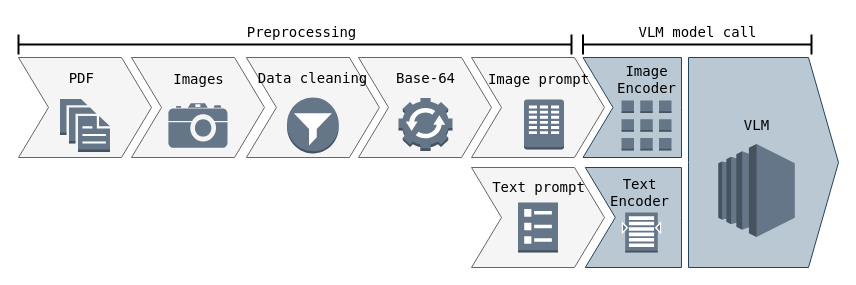
Before: VLMs.drawio in lamalab-org/matextract-book, a draw.io diagram. Source tidied: cells renumbered, new cells numbered last; positions are measured from the earlier drawing's top-left corner, leaving out a move shared by most shapes. Both pictures are drawn from the tidied source at 100%, with x=0, y=0 at pixel (18, 17).
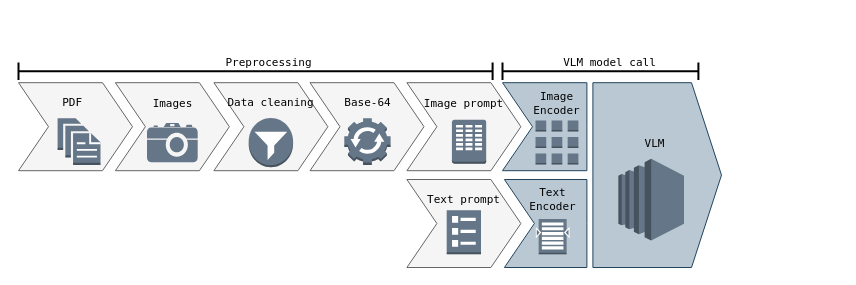
The same diagram, later.

Commit message:
VLM figures first draft

The edit, as a diff of the source:
```diff
@@
+    <mxCell id="33" style="group;fontSize=11;" parent="1" vertex="1">
+      <mxGeometry y="30" width="703" height="220" as="geometry" />
+    </mxCell>
-    <mxCell id="2" style="html=1;shadow=0;dashed=0;align=center;verticalAlign=middle;shape=mxgraph.arrows2.arrow;dy=0;dx=30;notch=30;fontFamily=Lucida Console;fontSize=14;fillColor=#f5f5f5;fontColor=#333333;strokeColor=#666666;" parent="1" vertex="1">
-      <mxGeometry x="453" y="150" width="133" height="100" as="geometry" />
+    <mxCell id="2" style="html=1;shadow=0;dashed=0;align=center;verticalAlign=middle;shape=mxgraph.arrows2.arrow;dy=0;dx=30;notch=30;fontFamily=Lucida Console;fontSize=11;fillColor=#f5f5f5;fontColor=#333333;strokeColor=#666666;" parent="33" vertex="1">
+      <mxGeometry x="388.4" y="132" width="114" height="88" as="geometry" />
     </mxCell>
-    <mxCell id="3" style="html=1;shadow=0;dashed=0;align=center;verticalAlign=middle;shape=mxgraph.arrows2.arrow;dy=0;dx=30;notch=30;fontFamily=Lucida Console;fontSize=14;fillColor=#f5f5f5;fontColor=#333333;strokeColor=#666666;" parent="1" vertex="1">
-      <mxGeometry x="453" y="40" width="133" height="100" as="geometry" />
+    <mxCell id="3" style="html=1;shadow=0;dashed=0;align=center;verticalAlign=middle;shape=mxgraph.arrows2.arrow;dy=0;dx=30;notch=30;fontFamily=Lucida Console;fontSize=11;fillColor=#f5f5f5;fontColor=#333333;strokeColor=#666666;" parent="33" vertex="1">
+      <mxGeometry x="388.4" y="35.2" width="114" height="88" as="geometry" />
     </mxCell>
-    <mxCell id="4" style="html=1;shadow=0;dashed=0;align=center;verticalAlign=middle;shape=mxgraph.arrows2.arrow;dy=0;dx=30;notch=30;fontFamily=Lucida Console;fontSize=14;fillColor=#f5f5f5;fontColor=#333333;strokeColor=#666666;" parent="1" vertex="1">
-      <mxGeometry x="340" y="40" width="133" height="100" as="geometry" />
+    <mxCell id="4" style="html=1;shadow=0;dashed=0;align=center;verticalAlign=middle;shape=mxgraph.arrows2.arrow;dy=0;dx=30;notch=30;fontFamily=Lucida Console;fontSize=11;fillColor=#f5f5f5;fontColor=#333333;strokeColor=#666666;" parent="33" vertex="1">
+      <mxGeometry x="291.5" y="35.2" width="114" height="88" as="geometry" />
     </mxCell>
-    <mxCell id="5" style="html=1;shadow=0;dashed=0;align=center;verticalAlign=middle;shape=mxgraph.arrows2.arrow;dy=0;dx=30;notch=30;fontFamily=Lucida Console;fontSize=14;fillColor=#f5f5f5;fontColor=#333333;strokeColor=#666666;" parent="1" vertex="1">
-      <mxGeometry x="227.9" y="40" width="133" height="100" as="geometry" />
+    <mxCell id="5" style="html=1;shadow=0;dashed=0;align=center;verticalAlign=middle;shape=mxgraph.arrows2.arrow;dy=0;dx=30;notch=30;fontFamily=Lucida Console;fontSize=11;fillColor=#f5f5f5;fontColor=#333333;strokeColor=#666666;" parent="33" vertex="1">
+      <mxGeometry x="195.4" y="35.2" width="114" height="88" as="geometry" />
     </mxCell>
-    <mxCell id="6" style="html=1;shadow=0;dashed=0;align=center;verticalAlign=middle;shape=mxgraph.arrows2.arrow;dy=0;dx=30;notch=30;fontFamily=Lucida Console;fontSize=14;fillColor=#f5f5f5;fontColor=#333333;strokeColor=#666666;" parent="1" vertex="1">
-      <mxGeometry x="113" y="40" width="133" height="100" as="geometry" />
+    <mxCell id="6" style="html=1;shadow=0;dashed=0;align=center;verticalAlign=middle;shape=mxgraph.arrows2.arrow;dy=0;dx=30;notch=30;fontFamily=Lucida Console;fontSize=11;fillColor=#f5f5f5;fontColor=#333333;strokeColor=#666666;" parent="33" vertex="1">
+      <mxGeometry x="96.9" y="35.2" width="114" height="88" as="geometry" />
     </mxCell>
-    <mxCell id="7" style="html=1;shadow=0;dashed=0;align=center;verticalAlign=middle;shape=mxgraph.arrows2.arrow;dy=0;dx=30;notch=30;fontFamily=Lucida Console;fontSize=14;fillColor=#f5f5f5;fontColor=#333333;strokeColor=#666666;" parent="1" vertex="1">
-      <mxGeometry y="40" width="133" height="100" as="geometry" />
+    <mxCell id="7" style="html=1;shadow=0;dashed=0;align=center;verticalAlign=middle;shape=mxgraph.arrows2.arrow;dy=0;dx=30;notch=30;fontFamily=Lucida Console;fontSize=11;fillColor=#f5f5f5;fontColor=#333333;strokeColor=#666666;" parent="33" vertex="1">
+      <mxGeometry y="35.2" width="114" height="88" as="geometry" />
     </mxCell>
-    <mxCell id="8" style="dashed=0;verticalLabelPosition=bottom;verticalAlign=top;align=center;html=1;shape=mxgraph.aws3.documents;fillColor=#647687;fontColor=#ffffff;strokeColor=#314354;fontFamily=Lucida Console;fontSize=14;" parent="1" vertex="1">
-      <mxGeometry x="41.5" y="81.5" width="50" height="53" as="geometry" />
+    <mxCell id="8" style="dashed=0;verticalLabelPosition=bottom;verticalAlign=top;align=center;html=1;shape=mxgraph.aws3.documents;fillColor=#647687;fontColor=#ffffff;strokeColor=#314354;fontFamily=Lucida Console;fontSize=11;" parent="33" vertex="1">
+      <mxGeometry x="39.1" y="70.8" width="42.9" height="46.6" as="geometry" />
     </mxCell>
-    <mxCell id="9" value="PDF&amp;nbsp;" style="text;html=1;align=center;verticalAlign=middle;strokeColor=none;fillColor=none;fontFamily=Lucida Console;fontSize=14;" parent="1" vertex="1">
-      <mxGeometry x="41.5" y="45.5" width="50" height="30" as="geometry" />
+    <mxCell id="9" value="PDF&amp;nbsp;" style="text;html=1;align=center;verticalAlign=middle;strokeColor=none;fillColor=none;fontFamily=Lucida Console;fontSize=11;" parent="33" vertex="1">
+      <mxGeometry x="32" y="40" width="50" height="30" as="geometry" />
     </mxCell>
-    <mxCell id="10" style="dashed=0;verticalLabelPosition=bottom;verticalAlign=top;align=center;html=1;shape=mxgraph.aws3.filtering_rule;fillColor=#647687;fontColor=#ffffff;strokeColor=#314354;fontFamily=Lucida Console;fontSize=14;" parent="1" vertex="1">
-      <mxGeometry x="268.5" y="80" width="51.8" height="56" as="geometry" />
+    <mxCell id="10" style="dashed=0;verticalLabelPosition=bottom;verticalAlign=top;align=center;html=1;shape=mxgraph.aws3.filtering_rule;fillColor=#647687;fontColor=#ffffff;strokeColor=#314354;fontFamily=Lucida Console;fontSize=11;" parent="33" vertex="1">
+      <mxGeometry x="230.2" y="70.4" width="44.4" height="49.3" as="geometry" />
     </mxCell>
-    <mxCell id="11" style="shape=mxgraph.signs.tech.camera_2;html=1;fillColor=#647687;strokeColor=none;verticalLabelPosition=bottom;verticalAlign=top;align=center;sketch=0;fontColor=#ffffff;fontFamily=Lucida Console;fontSize=14;" parent="1" vertex="1">
-      <mxGeometry x="149.9" y="85.8" width="59.1" height="44.5" as="geometry" />
+    <mxCell id="11" style="shape=mxgraph.signs.tech.camera_2;html=1;fillColor=#647687;strokeColor=none;verticalLabelPosition=bottom;verticalAlign=top;align=center;sketch=0;fontColor=#ffffff;fontFamily=Lucida Console;fontSize=11;" parent="33" vertex="1">
+      <mxGeometry x="128.5" y="75.5" width="50.7" height="39.2" as="geometry" />
     </mxCell>
-    <mxCell id="12" value="Images" style="text;html=1;align=center;verticalAlign=middle;strokeColor=none;fillColor=none;fontFamily=Lucida Console;fontSize=14;" parent="1" vertex="1">
-      <mxGeometry x="149.9" y="47" width="60" height="30" as="geometry" />
+    <mxCell id="12" value="Images" style="text;html=1;align=center;verticalAlign=middle;strokeColor=none;fillColor=none;fontFamily=Lucida Console;fontSize=11;" parent="33" vertex="1">
+      <mxGeometry x="123.9" y="41.4" width="60" height="30" as="geometry" />
     </mxCell>
-    <mxCell id="13" style="dashed=0;verticalLabelPosition=bottom;verticalAlign=top;align=center;html=1;shape=mxgraph.aws3.automation;fillColor=#647687;fontColor=#ffffff;strokeColor=#314354;fontFamily=Lucida Console;fontSize=14;" parent="1" vertex="1">
-      <mxGeometry x="380" y="80.5" width="54" height="53" as="geometry" />
+    <mxCell id="13" style="dashed=0;verticalLabelPosition=bottom;verticalAlign=top;align=center;html=1;shape=mxgraph.aws3.automation;fillColor=#647687;fontColor=#ffffff;strokeColor=#314354;fontFamily=Lucida Console;fontSize=11;" parent="33" vertex="1">
+      <mxGeometry x="325.8" y="70.8" width="46.3" height="46.6" as="geometry" />
     </mxCell>
-    <mxCell id="14" value="Base-64" style="text;html=1;align=center;verticalAlign=middle;strokeColor=none;fillColor=none;fontFamily=Lucida Console;fontSize=14;" parent="1" vertex="1">
-      <mxGeometry x="372" y="45.5" width="70" height="30" as="geometry" />
+    <mxCell id="14" value="Base-64" style="text;html=1;align=center;verticalAlign=middle;strokeColor=none;fillColor=none;fontFamily=Lucida Console;fontSize=11;" parent="33" vertex="1">
+      <mxGeometry x="318.9" y="40" width="60" height="30" as="geometry" />
     </mxCell>
-    <mxCell id="15" value="Data cleaning" style="text;html=1;align=center;verticalAlign=middle;strokeColor=none;fillColor=none;fontFamily=Lucida Console;fontSize=14;" parent="1" vertex="1">
-      <mxGeometry x="244.4" y="45.5" width="100" height="30" as="geometry" />
+    <mxCell id="15" value="Data cleaning" style="text;html=1;align=center;verticalAlign=middle;strokeColor=none;fillColor=none;fontFamily=Lucida Console;fontSize=11;" parent="33" vertex="1">
+      <mxGeometry x="212.4" y="40" width="80" height="30" as="geometry" />
     </mxCell>
-    <mxCell id="16" value="Image prompt" style="text;html=1;align=center;verticalAlign=middle;strokeColor=none;fillColor=none;fontFamily=Lucida Console;fontSize=14;" parent="1" vertex="1">
-      <mxGeometry x="469.5" y="47" width="100" height="30" as="geometry" />
+    <mxCell id="16" value="Image prompt" style="text;html=1;align=center;verticalAlign=middle;strokeColor=none;fillColor=none;fontFamily=Lucida Console;fontSize=11;" parent="33" vertex="1">
+      <mxGeometry x="400.4" y="41.4" width="90" height="30" as="geometry" />
     </mxCell>
-    <mxCell id="17" value="Text prompt" style="text;html=1;align=center;verticalAlign=middle;strokeColor=none;fillColor=none;fontFamily=Lucida Console;fontSize=14;" parent="1" vertex="1">
-      <mxGeometry x="474.5" y="155" width="90" height="30" as="geometry" />
+    <mxCell id="17" value="Text prompt" style="text;html=1;align=center;verticalAlign=middle;strokeColor=none;fillColor=none;fontFamily=Lucida Console;fontSize=11;" parent="33" vertex="1">
+      <mxGeometry x="405.4" y="137.2" width="80" height="30" as="geometry" />
     </mxCell>
-    <mxCell id="18" style="dashed=0;verticalLabelPosition=bottom;verticalAlign=top;align=center;html=1;shape=mxgraph.aws3.assignment_task;fillColor=#647687;fontColor=#ffffff;strokeColor=#314354;fontFamily=Lucida Console;fontSize=14;" parent="1" vertex="1">
-      <mxGeometry x="505.5" y="82" width="40" height="50" as="geometry" />
+    <mxCell id="18" style="dashed=0;verticalLabelPosition=bottom;verticalAlign=top;align=center;html=1;shape=mxgraph.aws3.assignment_task;fillColor=#647687;fontColor=#ffffff;strokeColor=#314354;fontFamily=Lucida Console;fontSize=11;" parent="33" vertex="1">
+      <mxGeometry x="433.4" y="72.2" width="34.3" height="44" as="geometry" />
     </mxCell>
-    <mxCell id="19" style="dashed=0;verticalLabelPosition=bottom;verticalAlign=top;align=center;html=1;shape=mxgraph.aws3.requester;fillColor=#647687;fontColor=#ffffff;strokeColor=#314354;fontFamily=Lucida Console;fontSize=14;" parent="1" vertex="1">
-      <mxGeometry x="499.5" y="185" width="40" height="50" as="geometry" />
+    <mxCell id="19" style="dashed=0;verticalLabelPosition=bottom;verticalAlign=top;align=center;html=1;shape=mxgraph.aws3.requester;fillColor=#647687;fontColor=#ffffff;strokeColor=#314354;fontFamily=Lucida Console;fontSize=11;" parent="33" vertex="1">
+      <mxGeometry x="428.2" y="162.8" width="34.3" height="44" as="geometry" />
     </mxCell>
-    <mxCell id="20" style="html=1;shadow=0;dashed=0;align=center;verticalAlign=middle;shape=mxgraph.arrows2.arrow;dy=0;dx=30;notch=0;fontFamily=Lucida Console;fontSize=14;fillColor=#bac8d3;strokeColor=#23445d;" parent="1" vertex="1">
-      <mxGeometry x="670" y="40" width="150" height="210" as="geometry" />
+    <mxCell id="20" style="html=1;shadow=0;dashed=0;align=center;verticalAlign=middle;shape=mxgraph.arrows2.arrow;dy=0;dx=30;notch=0;fontFamily=Lucida Console;fontSize=11;fillColor=#bac8d3;strokeColor=#23445d;" parent="33" vertex="1">
+      <mxGeometry x="574.4" y="35.2" width="128.6" height="184.8" as="geometry" />
     </mxCell>
-    <mxCell id="21" value="VLM" style="text;html=1;align=center;verticalAlign=middle;strokeColor=none;fillColor=none;fontFamily=Lucida Console;fontSize=14;" parent="1" vertex="1">
-      <mxGeometry x="713" y="92.5" width="50" height="30" as="geometry" />
+    <mxCell id="21" value="VLM" style="text;html=1;align=center;verticalAlign=middle;strokeColor=none;fillColor=none;fontFamily=Lucida Console;fontSize=11;" parent="33" vertex="1">
+      <mxGeometry x="611.3" y="81.4" width="50" height="30" as="geometry" />
     </mxCell>
-    <mxCell id="22" style="dashed=0;verticalLabelPosition=bottom;verticalAlign=top;align=center;html=1;shape=mxgraph.aws3.ec2;fillColor=#647687;fontColor=#ffffff;strokeColor=#314354;fontFamily=Lucida Console;fontSize=14;" parent="1" vertex="1">
-      <mxGeometry x="699.8" y="126.5" width="76.5" height="93" as="geometry" />
+    <mxCell id="22" style="dashed=0;verticalLabelPosition=bottom;verticalAlign=top;align=center;html=1;shape=mxgraph.aws3.ec2;fillColor=#647687;fontColor=#ffffff;strokeColor=#314354;fontFamily=Lucida Console;fontSize=11;" parent="33" vertex="1">
+      <mxGeometry x="599.9" y="111.3" width="65.6" height="81.8" as="geometry" />
     </mxCell>
-    <mxCell id="23" style="html=1;shadow=0;dashed=0;align=center;verticalAlign=middle;shape=mxgraph.arrows2.arrow;dy=0;dx=0;notch=30;fontFamily=Lucida Console;fontSize=14;fillColor=#bac8d3;strokeColor=#23445d;" parent="1" vertex="1">
-      <mxGeometry x="564.5" y="40" width="98.5" height="100" as="geometry" />
+    <mxCell id="23" style="html=1;shadow=0;dashed=0;align=center;verticalAlign=middle;shape=mxgraph.arrows2.arrow;dy=0;dx=0;notch=30;fontFamily=Lucida Console;fontSize=11;fillColor=#bac8d3;strokeColor=#23445d;" parent="33" vertex="1">
+      <mxGeometry x="484" y="35.2" width="84.4" height="88" as="geometry" />
     </mxCell>
-    <mxCell id="24" style="html=1;shadow=0;dashed=0;align=center;verticalAlign=middle;shape=mxgraph.arrows2.arrow;dy=0;dx=0;notch=30;fontFamily=Lucida Console;fontSize=14;fillColor=#bac8d3;strokeColor=#23445d;" parent="1" vertex="1">
-      <mxGeometry x="566.8" y="150" width="96.2" height="100" as="geometry" />
+    <mxCell id="24" style="html=1;shadow=0;dashed=0;align=center;verticalAlign=middle;shape=mxgraph.arrows2.arrow;dy=0;dx=0;notch=30;fontFamily=Lucida Console;fontSize=11;fillColor=#bac8d3;strokeColor=#23445d;" parent="33" vertex="1">
+      <mxGeometry x="485.9" y="132" width="82.5" height="88" as="geometry" />
     </mxCell>
-    <mxCell id="25" value="Image&lt;div&gt;Encoder&lt;/div&gt;" style="text;html=1;align=center;verticalAlign=middle;strokeColor=none;fillColor=none;fontFamily=Lucida Console;fontSize=14;" parent="1" vertex="1">
-      <mxGeometry x="593" y="37" width="70" height="50" as="geometry" />
+    <mxCell id="25" value="Image&lt;div style=&quot;font-size: 11px;&quot;&gt;Encoder&lt;/div&gt;" style="text;html=1;align=center;verticalAlign=middle;strokeColor=none;fillColor=none;fontFamily=Lucida Console;fontSize=11;" parent="33" vertex="1">
+      <mxGeometry x="508.4" y="36.4" width="60" height="40" as="geometry" />
     </mxCell>
-    <mxCell id="26" value="Text&lt;div&gt;Encoder&lt;/div&gt;" style="text;html=1;align=center;verticalAlign=middle;strokeColor=none;fillColor=none;fontFamily=Lucida Console;fontSize=14;" parent="1" vertex="1">
-      <mxGeometry x="586" y="150" width="70" height="50" as="geometry" />
+    <mxCell id="26" value="Text&lt;div style=&quot;font-size: 11px;&quot;&gt;Encoder&lt;/div&gt;" style="text;html=1;align=center;verticalAlign=middle;strokeColor=none;fillColor=none;fontFamily=Lucida Console;fontSize=11;" parent="33" vertex="1">
+      <mxGeometry x="504.1" y="132.2" width="60" height="40" as="geometry" />
     </mxCell>
-    <mxCell id="27" style="dashed=0;verticalLabelPosition=bottom;verticalAlign=top;align=center;html=1;shape=mxgraph.aws3.instances_2;fillColor=#647687;fontColor=#ffffff;strokeColor=#314354;" parent="1" vertex="1">
-      <mxGeometry x="603" y="83" width="50" height="50" as="geometry" />
+    <mxCell id="27" style="dashed=0;verticalLabelPosition=bottom;verticalAlign=top;align=center;html=1;shape=mxgraph.aws3.instances_2;fillColor=#647687;fontColor=#ffffff;strokeColor=#314354;fontSize=11;" parent="33" vertex="1">
+      <mxGeometry x="517" y="73" width="42.9" height="44" as="geometry" />
     </mxCell>
-    <mxCell id="28" style="dashed=0;verticalLabelPosition=bottom;verticalAlign=top;align=center;html=1;shape=mxgraph.aws3.search_documents;fillColor=#647687;fontColor=#ffffff;strokeColor=#314354;" parent="1" vertex="1">
-      <mxGeometry x="603" y="195" width="40" height="40" as="geometry" />
+    <mxCell id="28" style="dashed=0;verticalLabelPosition=bottom;verticalAlign=top;align=center;html=1;shape=mxgraph.aws3.search_documents;fillColor=#647687;fontColor=#ffffff;strokeColor=#314354;fontSize=11;" parent="33" vertex="1">
+      <mxGeometry x="517" y="171.6" width="34.3" height="35.2" as="geometry" />
     </mxCell>
-    <mxCell id="29" style="shape=crossbar;whiteSpace=wrap;html=1;rounded=1;strokeWidth=2;fillColor=#647687;strokeColor=#000000;fontColor=#ffffff;" parent="1" vertex="1">
-      <mxGeometry y="17" width="553" height="20" as="geometry" />
+    <mxCell id="29" style="shape=crossbar;whiteSpace=wrap;html=1;rounded=1;strokeWidth=2;fillColor=#647687;strokeColor=#000000;fontColor=#ffffff;fontSize=11;" parent="33" vertex="1">
+      <mxGeometry y="15" width="474.1" height="17.6" as="geometry" />
     </mxCell>
-    <mxCell id="30" value="Preprocessing" style="text;html=1;align=center;verticalAlign=middle;strokeColor=none;fillColor=none;fontFamily=Lucida Console;fontSize=14;" parent="1" vertex="1">
-      <mxGeometry x="233" width="100" height="30" as="geometry" />
+    <mxCell id="30" value="Preprocessing" style="text;html=1;align=center;verticalAlign=middle;strokeColor=none;fillColor=none;fontFamily=Lucida Console;fontSize=11;" parent="33" vertex="1">
+      <mxGeometry x="204.8" width="90" height="30" as="geometry" />
     </mxCell>
-    <mxCell id="31" style="shape=crossbar;whiteSpace=wrap;html=1;rounded=1;strokeWidth=2;fillColor=#647687;strokeColor=#000000;fontColor=#ffffff;" parent="1" vertex="1">
-      <mxGeometry x="564.5" y="17" width="228.5" height="20" as="geometry" />
+    <mxCell id="31" style="shape=crossbar;whiteSpace=wrap;html=1;rounded=1;strokeWidth=2;fillColor=#647687;strokeColor=#000000;fontColor=#ffffff;fontSize=11;" parent="33" vertex="1">
+      <mxGeometry x="484" y="15" width="195.9" height="17.6" as="geometry" />
     </mxCell>
-    <mxCell id="32" value="VLM model call" style="text;html=1;align=center;verticalAlign=middle;strokeColor=none;fillColor=none;fontFamily=Lucida Console;fontSize=14;" parent="1" vertex="1">
-      <mxGeometry x="618.8" width="120" height="30" as="geometry" />
+    <mxCell id="32" value="VLM model call" style="text;html=1;align=center;verticalAlign=middle;strokeColor=none;fillColor=none;fontFamily=Lucida Console;fontSize=11;" parent="33" vertex="1">
+      <mxGeometry x="540.5" width="100" height="30" as="geometry" />
     </mxCell>
```
